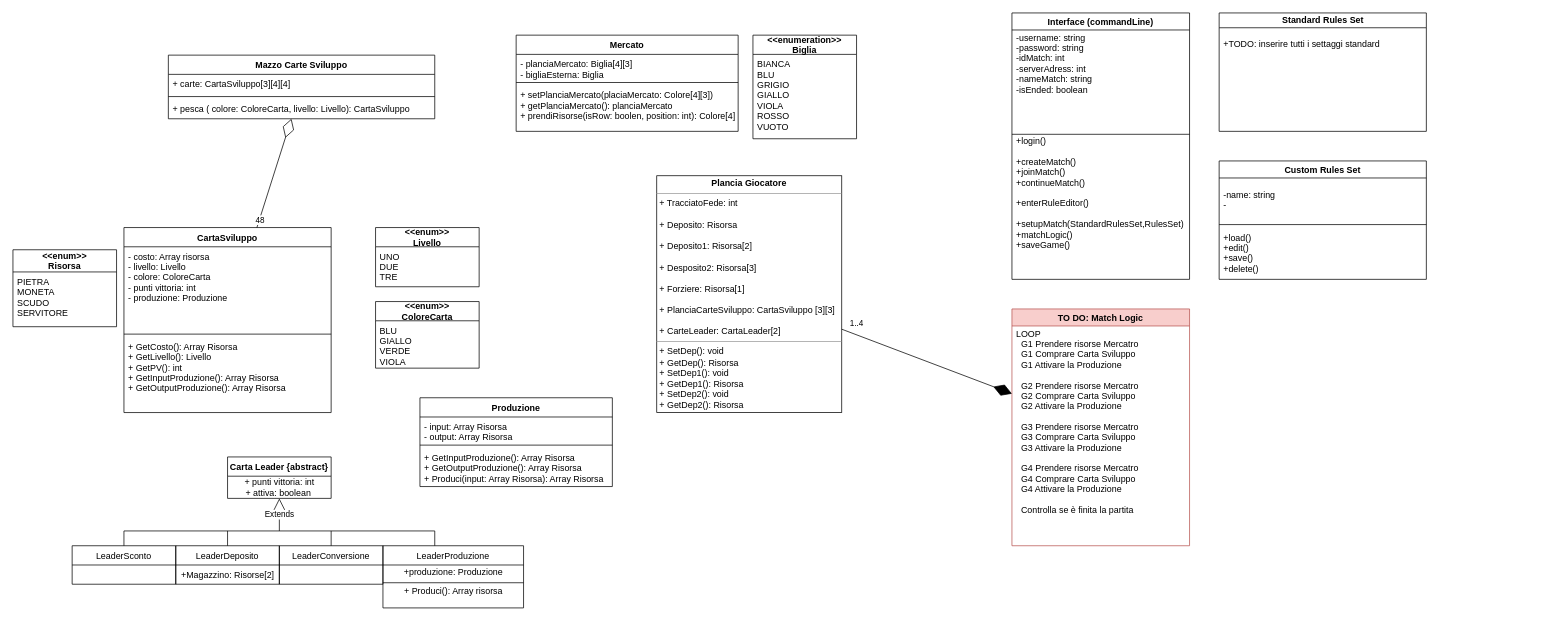
Above: Untitled Diagram.drawio in DavideLancini/ing-sw-2021-Lancini-Gilli-Frigerio (draw.io), before the change. Source tidied: cells renumbered, new cells numbered last; positions are measured from the earlier drawing's top-left corner, leaving out a move shared by most shapes. Both pictures are drawn from the tidied source at 74%, with x=0, y=0 at pixel (13, 13).
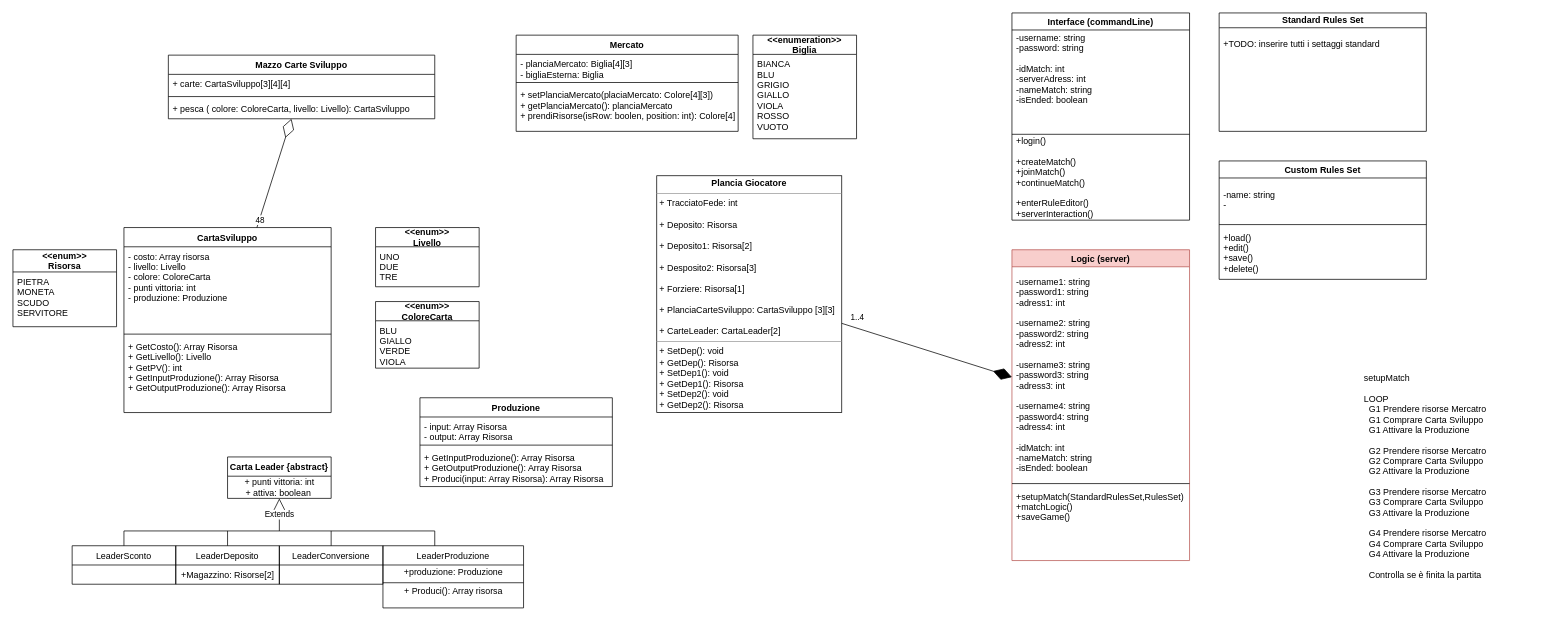
The same diagram, later.

Diff of the diagram source:
```diff
@@
     <mxCell id="32" value="Interface (commandLine)" style="swimlane;strokeColor=#000000;" parent="1" vertex="1">
-      <mxGeometry x="1350" width="240" height="360" as="geometry" />
+      <mxGeometry x="1350" width="240" height="280" as="geometry" />
     </mxCell>
-    <mxCell id="33" value="+login()&#10;&#10;+createMatch()&#10;+joinMatch()&#10;+continueMatch()&#10;&#10;+enterRuleEditor()&#10;&#10;+setupMatch(StandardRulesSet,RulesSet)&#10;+matchLogic()&#10;+saveGame()&#10;" style="text;strokeColor=none;fillColor=none;align=left;verticalAlign=top;spacingLeft=4;spacingRight=4;overflow=hidden;" parent="32" vertex="1">
-      <mxGeometry y="160" width="240" height="200" as="geometry" />
+    <mxCell id="33" value="+login()&#10;&#10;+createMatch()&#10;+joinMatch()&#10;+continueMatch()&#10;&#10;+enterRuleEditor()&#10;+serverInteraction()" style="text;strokeColor=none;fillColor=none;align=left;verticalAlign=top;spacingLeft=4;spacingRight=4;overflow=hidden;" parent="32" vertex="1">
+      <mxGeometry y="160" width="240" height="120" as="geometry" />
     </mxCell>
-    <mxCell id="34" value="-username: string&#10;-password: string&#10;-idMatch: int&#10;-serverAdress: int&#10;-nameMatch: string&#10;-isEnded: boolean" style="text;strokeColor=none;fillColor=none;align=left;verticalAlign=top;spacingLeft=4;spacingRight=4;overflow=hidden;" parent="32" vertex="1">
+    <mxCell id="34" value="-username: string&#10;-password: string&#10;&#10;-idMatch: int&#10;-serverAdress: int&#10;-nameMatch: string&#10;-isEnded: boolean" style="text;strokeColor=none;fillColor=none;align=left;verticalAlign=top;spacingLeft=4;spacingRight=4;overflow=hidden;" parent="32" vertex="1">
       <mxGeometry y="20" width="240" height="130" as="geometry" />
     </mxCell>
@@
-    <mxCell id="37" value="TO DO: Match Logic" style="swimlane;strokeColor=#b85450;fillColor=#f8cecc;startSize=23;" parent="1" vertex="1">
-      <mxGeometry x="1350" y="400" width="240" height="320" as="geometry" />
+    <mxCell id="37" value="Logic (server)" style="swimlane;strokeColor=#b85450;fillColor=#f8cecc;startSize=23;" parent="1" vertex="1">
+      <mxGeometry x="1350" y="320" width="240" height="420" as="geometry" />
     </mxCell>
-    <mxCell id="38" value="LOOP&#10;  G1 Prendere risorse Mercatro&#10;  G1 Comprare Carta Sviluppo&#10;  G1 Attivare la Produzione&#10;&#10;  G2 Prendere risorse Mercatro&#10;  G2 Comprare Carta Sviluppo&#10;  G2 Attivare la Produzione&#10;&#10;  G3 Prendere risorse Mercatro&#10;  G3 Comprare Carta Sviluppo&#10;  G3 Attivare la Produzione&#10;&#10;  G4 Prendere risorse Mercatro&#10;  G4 Comprare Carta Sviluppo&#10;  G4 Attivare la Produzione&#10;  &#10;  Controlla se è finita la partita&#10;" style="text;strokeColor=none;fillColor=none;align=left;verticalAlign=top;spacingLeft=4;spacingRight=4;overflow=hidden;" parent="37" vertex="1">
-      <mxGeometry y="20" width="200" height="300" as="geometry" />
-    </mxCell>
+    <mxCell id="59" value="-username1: string&#10;-password1: string&#10;-adress1: int&#10;&#10;-username2: string&#10;-password2: string&#10;-adress2: int&#10;&#10;-username3: string&#10;-password3: string&#10;-adress3: int&#10;&#10;-username4: string&#10;-password4: string&#10;-adress4: int&#10;&#10;-idMatch: int&#10;-nameMatch: string&#10;-isEnded: boolean" style="text;strokeColor=none;fillColor=none;align=left;verticalAlign=top;spacingLeft=4;spacingRight=4;overflow=hidden;" parent="37" vertex="1">
+      <mxGeometry y="30" width="240" height="280" as="geometry" />
+    </mxCell>
+    <mxCell id="60" style="line;html=1;strokeWidth=1;align=left;verticalAlign=middle;spacingTop=-1;spacingLeft=3;spacingRight=3;labelPosition=right;" parent="37" vertex="1">
+      <mxGeometry y="312" width="240" height="8" as="geometry" />
+    </mxCell>
+    <mxCell id="61" value="+setupMatch(StandardRulesSet,RulesSet)&#10;+matchLogic()&#10;+saveGame()&#10;" style="text;strokeColor=none;align=left;verticalAlign=top;spacingLeft=4;spacingRight=4;overflow=hidden;" parent="37" vertex="1">
+      <mxGeometry y="320" width="240" height="100" as="geometry" />
+    </mxCell>
@@
+    <mxCell id="38" value="setupMatch&#10;&#10;LOOP&#10;  G1 Prendere risorse Mercatro&#10;  G1 Comprare Carta Sviluppo&#10;  G1 Attivare la Produzione&#10;&#10;  G2 Prendere risorse Mercatro&#10;  G2 Comprare Carta Sviluppo&#10;  G2 Attivare la Produzione&#10;&#10;  G3 Prendere risorse Mercatro&#10;  G3 Comprare Carta Sviluppo&#10;  G3 Attivare la Produzione&#10;&#10;  G4 Prendere risorse Mercatro&#10;  G4 Comprare Carta Sviluppo&#10;  G4 Attivare la Produzione&#10;  &#10;  Controlla se è finita la partita&#10;" style="text;strokeColor=none;fillColor=none;align=left;verticalAlign=top;spacingLeft=4;spacingRight=4;overflow=hidden;" parent="1" vertex="1">
+      <mxGeometry x="1820" y="480" width="240" height="300" as="geometry" />
+    </mxCell>
```
